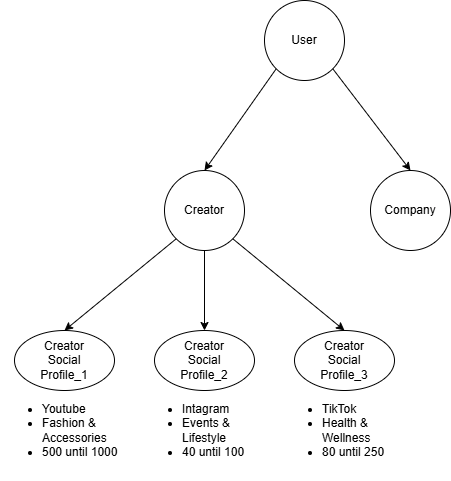
Above: img/esquema_simples_dominio.png in Diogoarnauth/Hubly-Report (draw.io), before the change. Source tidied: cells renumbered, new cells last; positions are measured from the earlier drawing's top-left corner, leaving out a move shared by most shapes.
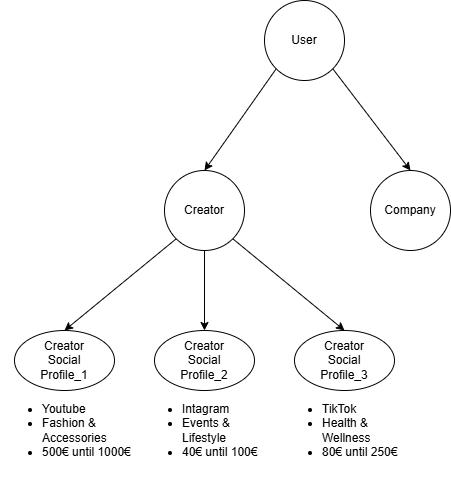
Above is the later version.

Diff of the diagram source:
```diff
@@ -35,13 +35,13 @@
     <mxCell id="12" style="endArrow=classic;html=1;rounded=0;exitX=1;exitY=1;exitDx=0;exitDy=0;entryX=0.5;entryY=0;entryDx=0;entryDy=0;" parent="1" edge="1" source="5" target="9">
       <mxGeometry relative="1" as="geometry" />
     </mxCell>
-    <mxCell id="13" value="&lt;ul&gt;&lt;li&gt;Youtube&lt;/li&gt;&lt;li&gt;Fashion &amp;amp; Accessories&lt;/li&gt;&lt;li&gt;500 until 1000&lt;/li&gt;&lt;/ul&gt;" style="text;strokeColor=none;fillColor=none;html=1;whiteSpace=wrap;verticalAlign=middle;overflow=hidden;" parent="1" vertex="1">
-      <mxGeometry y="380" width="128" height="100" as="geometry" />
+    <mxCell id="13" value="&lt;ul&gt;&lt;li&gt;Youtube&lt;/li&gt;&lt;li&gt;Fashion &amp;amp; Accessories&lt;/li&gt;&lt;li&gt;500€ until 1000€&lt;/li&gt;&lt;/ul&gt;" style="text;strokeColor=none;fillColor=none;html=1;whiteSpace=wrap;verticalAlign=middle;overflow=hidden;" parent="1" vertex="1">
+      <mxGeometry y="380" width="134" height="100" as="geometry" />
     </mxCell>
-    <mxCell id="14" value="&lt;ul&gt;&lt;li&gt;Intagram&lt;/li&gt;&lt;li&gt;Events &amp;amp; Lifestyle&lt;/li&gt;&lt;li&gt;40 until 100&lt;/li&gt;&lt;/ul&gt;" style="text;strokeColor=none;fillColor=none;html=1;whiteSpace=wrap;verticalAlign=middle;overflow=hidden;" parent="1" vertex="1">
+    <mxCell id="14" value="&lt;ul&gt;&lt;li&gt;Intagram&lt;/li&gt;&lt;li&gt;Events &amp;amp; Lifestyle&lt;/li&gt;&lt;li&gt;40€ until 100€&lt;/li&gt;&lt;/ul&gt;" style="text;strokeColor=none;fillColor=none;html=1;whiteSpace=wrap;verticalAlign=middle;overflow=hidden;" parent="1" vertex="1">
       <mxGeometry x="140" y="380" width="128" height="100" as="geometry" />
     </mxCell>
-    <mxCell id="15" value="&lt;ul&gt;&lt;li&gt;TikTok&lt;/li&gt;&lt;li&gt;Health &amp;amp; Wellness&lt;/li&gt;&lt;li&gt;80 until 250&lt;/li&gt;&lt;/ul&gt;" style="text;strokeColor=none;fillColor=none;html=1;whiteSpace=wrap;verticalAlign=middle;overflow=hidden;" parent="1" vertex="1">
+    <mxCell id="15" value="&lt;ul&gt;&lt;li&gt;TikTok&lt;/li&gt;&lt;li&gt;Health &amp;amp; Wellness&lt;/li&gt;&lt;li&gt;80€ until 250€&lt;/li&gt;&lt;/ul&gt;" style="text;strokeColor=none;fillColor=none;html=1;whiteSpace=wrap;verticalAlign=middle;overflow=hidden;" parent="1" vertex="1">
       <mxGeometry x="280" y="380" width="128" height="100" as="geometry" />
     </mxCell>
   </root>
```
